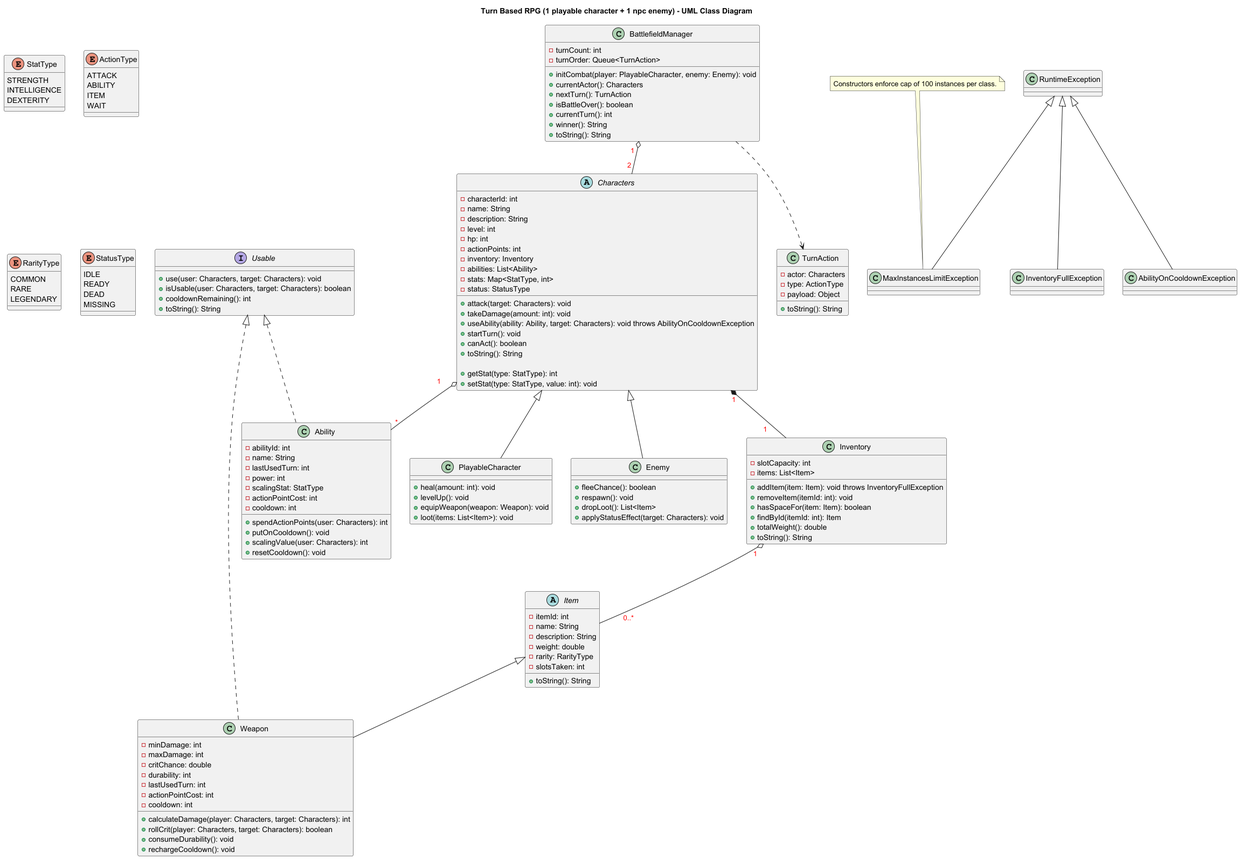
Above: turn-based-rpg-uml-diagram-img.png in ray-sjsu/cs-151-fall-2025-project (PlantUML), before the change.
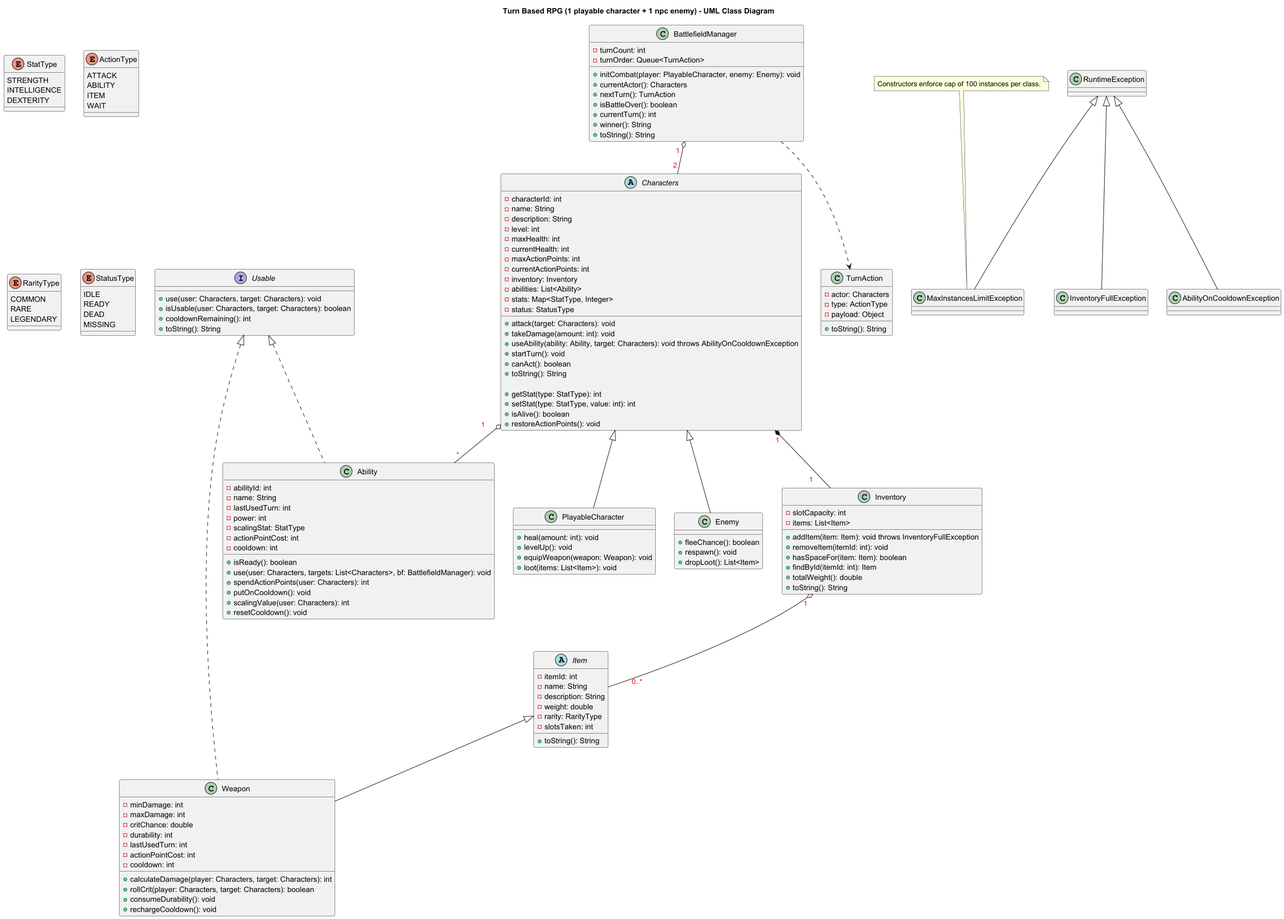
Above is the later version.

Commit message:
Remove statusEffects, and update uml diagram for compatibility between BattlefieldManager, Characters, and Ability

Change to the diagram source:
```diff
@@ -40,22 +40,26 @@
     - name: String
     - description: String
     - level: int
-    - hp: int
-    - actionPoints: int
+    - maxHealth: int
+    - currentHealth: int
+    - maxActionPoints: int
+    - currentActionPoints: int
     - inventory: Inventory
     - abilities: List<Ability>
-    - stats: Map<StatType, int>
+    - stats: Map<StatType, Integer>
     - status: StatusType
 
-    +attack(target: Characters): void
-    +takeDamage(amount: int): void
-    +useAbility(ability: Ability, target: Characters): void throws AbilityOnCooldownException
-    +startTurn(): void
-    +canAct(): boolean
-    +toString(): String
+    + attack(target: Characters): void
+    + takeDamage(amount: int): void
+    + useAbility(ability: Ability, target: Characters): void throws AbilityOnCooldownException
+    + startTurn(): void
+    + canAct(): boolean
+    + toString(): String
 
-    +getStat(type: StatType): int
-    +setStat(type: StatType, value: int): void
+    + getStat(type: StatType): int
+    + setStat(type: StatType, value: int): int
+    + isAlive(): boolean
+    + restoreActionPoints(): void
 }
 class PlayableCharacter extends Characters {
     +heal(amount: int): void
@@ -67,7 +71,6 @@
     +fleeChance(): boolean
     +respawn(): void
     +dropLoot(): List<Item>
-    +applyStatusEffect(target: Characters): void
 }
 
 class Inventory {
@@ -114,6 +117,8 @@
     -actionPointCost: int
     -cooldown: int
 
+    +isReady(): boolean
+    +use(user: Characters, targets: List<Characters>, bf: BattlefieldManager): void
     +spendActionPoints(user: Characters): int
     +putOnCooldown(): void
     +scalingValue(user: Characters): int
```
